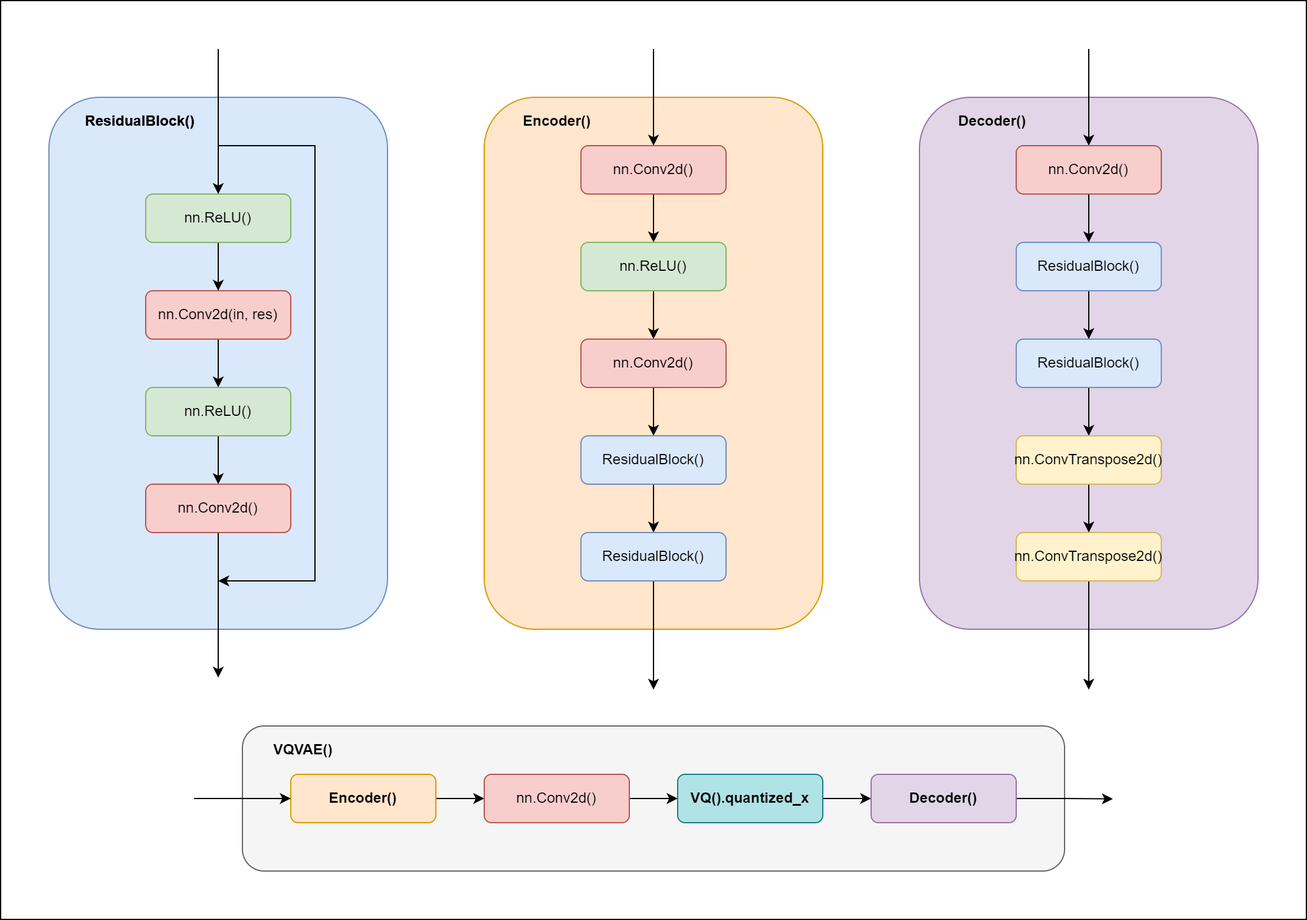
Before: recognition/46481326/assets/vqvae-architecture.png, a diagram exported from draw.io (shakes76/PatternFlow). Source tidied: cells renumbered, new cells last; positions are measured from the earlier drawing's top-left corner, leaving out a move shared by most shapes.
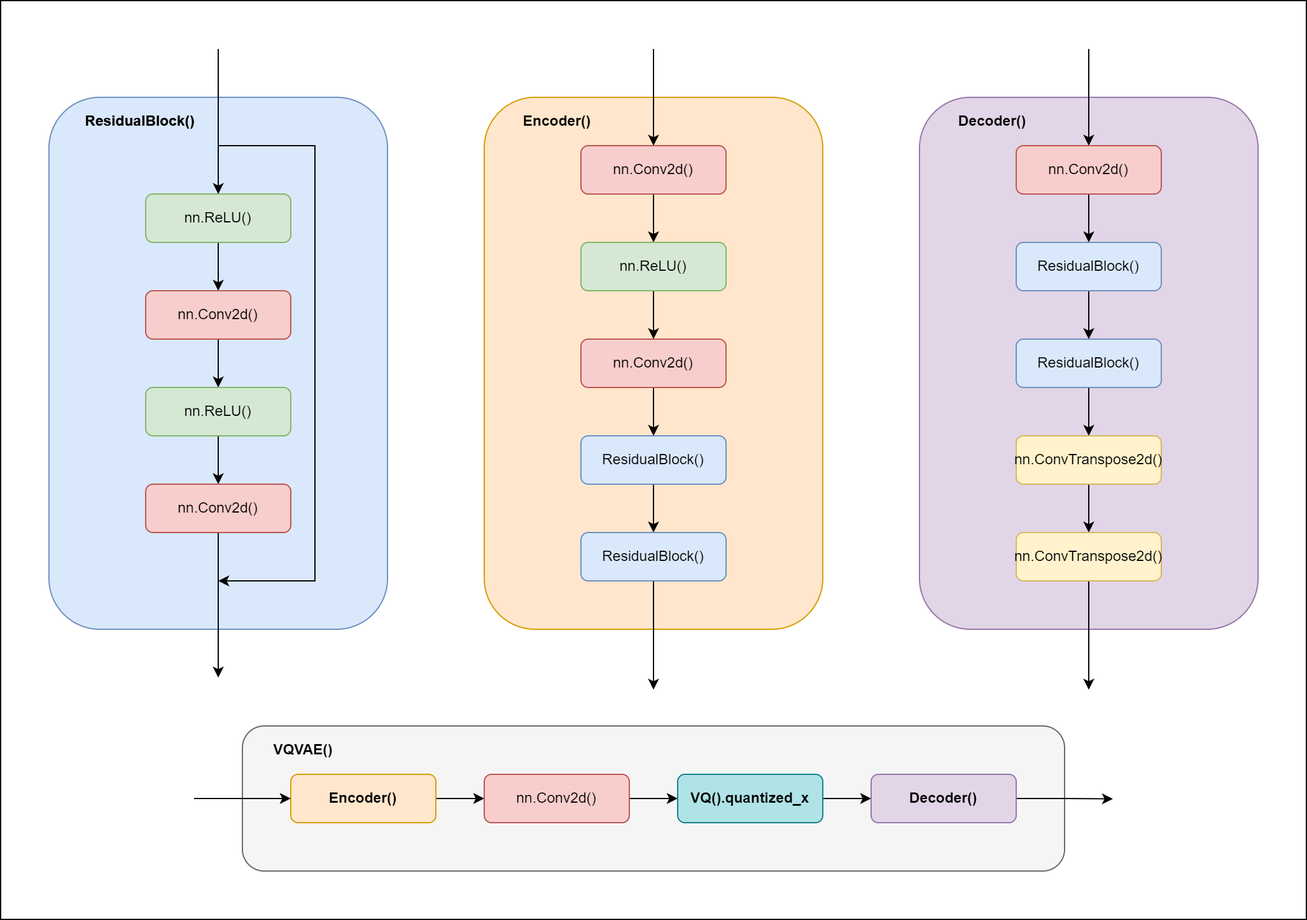
After the change.

Commit message:
Updated architecture diagram.

The edit, as a diff of the source:
```diff
@@ -20,7 +20,7 @@
     <mxCell id="7" style="edgeStyle=orthogonalEdgeStyle;rounded=0;jettySize=auto;html=1;" parent="1" edge="1" source="8" target="10">
       <mxGeometry relative="1" as="geometry" />
     </mxCell>
-    <mxCell id="8" value="nn.Conv2d(in, res)" style="rounded=1;whiteSpace=wrap;html=1;fillColor=#f8cecc;strokeColor=#b85450;" parent="1" vertex="1">
+    <mxCell id="8" value="nn.Conv2d()" style="rounded=1;whiteSpace=wrap;html=1;fillColor=#f8cecc;strokeColor=#b85450;" parent="1" vertex="1">
       <mxGeometry x="120" y="240" width="120" height="40" as="geometry" />
     </mxCell>
     <mxCell id="9" style="edgeStyle=orthogonalEdgeStyle;rounded=0;jettySize=auto;html=1;" parent="1" edge="1" source="10" target="12">
```
